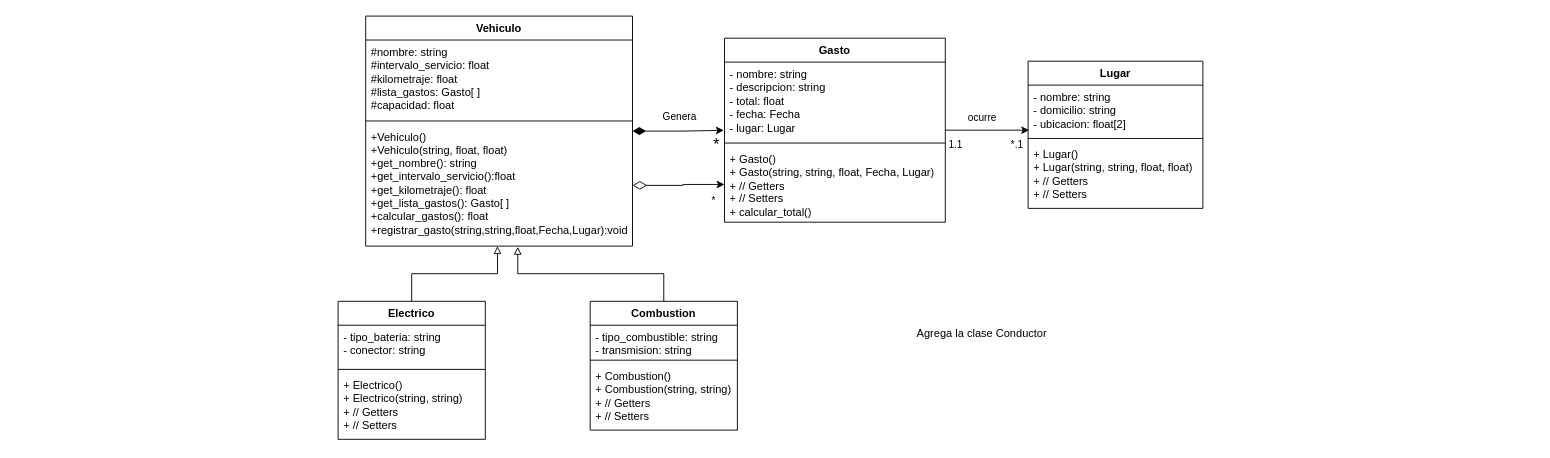
ejsanchez7/poo-2025 keeps this draw.io diagram as 05_uml/gastos_vehiculo.drawio. Above is the earlier version. Source tidied: cells renumbered, new cells numbered last; positions are measured from the earlier drawing's top-left corner, leaving out a move shared by most shapes. Both pictures are drawn from the tidied source at 92%, with x=0, y=0 at pixel (338, 16).
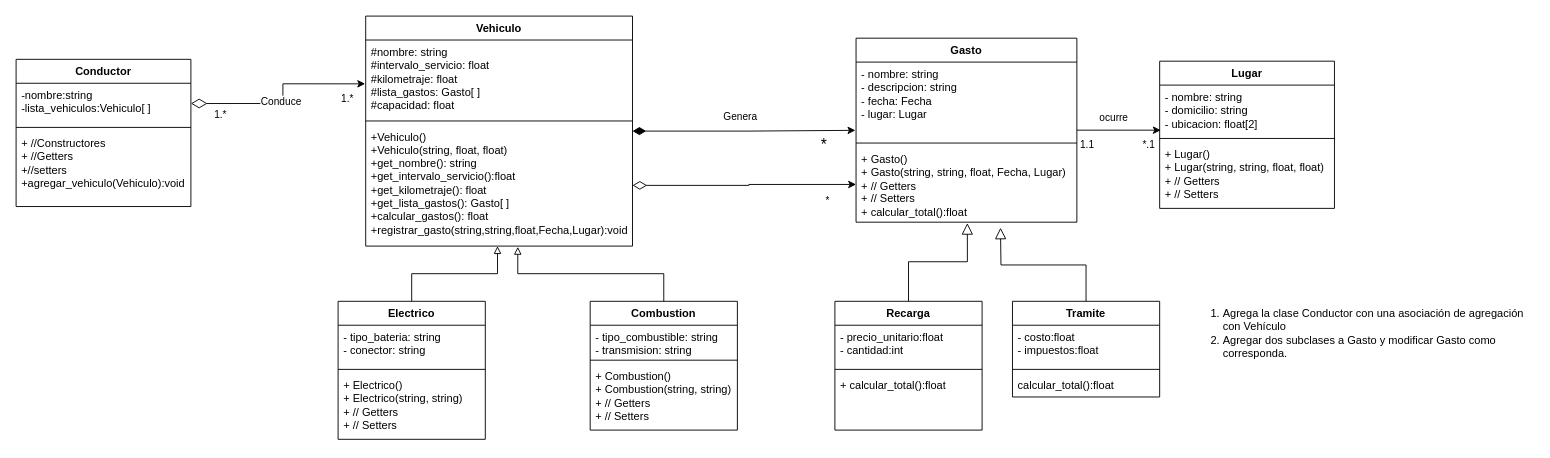
After the change.

Unchanged cells that the change refers to:
```xml
<mxCell id="3" value="#nombre: string&lt;div&gt;#intervalo_servicio: float&lt;/div&gt;&lt;div&gt;#kilometraje: float&lt;/div&gt;&lt;div&gt;#lista_gastos: Gasto[ ]&lt;/div&gt;&lt;div&gt;#capacidad: float&lt;/div&gt;" style="text;strokeColor=none;fillColor=none;align=left;verticalAlign=top;spacingLeft=4;spacingRight=4;overflow=hidden;points=[[0,0.5],[1,0.5]];portConstraint=eastwest;whiteSpace=wrap;html=1;" parent="2" vertex="1">
  <mxGeometry y="26" width="290" height="84" as="geometry" />
</mxCell>
```

The edit, as a diff of the source:
```diff
@@
     <mxCell id="6" value="Gasto" style="swimlane;fontStyle=1;align=center;verticalAlign=top;horizontal=1;startSize=26;whiteSpace=wrap;html=1;" parent="1" vertex="1">
-      <mxGeometry x="420" y="24" width="240" height="200" as="geometry" />
+      <mxGeometry x="563" y="24" width="240" height="200" as="geometry" />
     </mxCell>
-    <mxCell id="7" value="- nombre: string&lt;div&gt;- descripcion: string&lt;/div&gt;&lt;div&gt;- total: float&lt;/div&gt;&lt;div&gt;- fecha: Fecha&lt;/div&gt;&lt;div&gt;- lugar: Lugar&lt;/div&gt;" style="text;strokeColor=none;fillColor=none;align=left;verticalAlign=top;spacingLeft=4;spacingRight=4;overflow=hidden;points=[[0,0.5],[1,0.5]];portConstraint=eastwest;whiteSpace=wrap;html=1;" parent="6" vertex="1">
+    <mxCell id="7" value="- nombre: string&lt;div&gt;- descripcion: string&lt;/div&gt;&lt;div&gt;&lt;span style=&quot;background-color: transparent; color: light-dark(rgb(0, 0, 0), rgb(255, 255, 255));&quot;&gt;- fecha: Fecha&lt;/span&gt;&lt;/div&gt;&lt;div&gt;- lugar: Lugar&lt;/div&gt;" style="text;strokeColor=none;fillColor=none;align=left;verticalAlign=top;spacingLeft=4;spacingRight=4;overflow=hidden;points=[[0,0.5],[1,0.5]];portConstraint=eastwest;whiteSpace=wrap;html=1;" parent="6" vertex="1">
       <mxGeometry y="26" width="240" height="84" as="geometry" />
     </mxCell>
@@
-    <mxCell id="9" value="+ Gasto()&lt;div&gt;+ Gasto(string, string, float, Fecha, Lugar)&lt;/div&gt;&lt;div&gt;+ // Getters&lt;/div&gt;&lt;div&gt;+ // Setters&lt;/div&gt;&lt;div&gt;+ calcular_total()&lt;/div&gt;&lt;div&gt;&lt;br&gt;&lt;/div&gt;" style="text;strokeColor=none;fillColor=none;align=left;verticalAlign=top;spacingLeft=4;spacingRight=4;overflow=hidden;points=[[0,0.5],[1,0.5]];portConstraint=eastwest;whiteSpace=wrap;html=1;" parent="6" vertex="1">
+    <mxCell id="9" value="+ Gasto()&lt;div&gt;+ Gasto(string, string, float, Fecha, Lugar)&lt;/div&gt;&lt;div&gt;+ // Getters&lt;/div&gt;&lt;div&gt;+ // Setters&lt;/div&gt;&lt;div&gt;+ calcular_total():float&lt;/div&gt;&lt;div&gt;&lt;br&gt;&lt;/div&gt;" style="text;strokeColor=none;fillColor=none;align=left;verticalAlign=top;spacingLeft=4;spacingRight=4;overflow=hidden;points=[[0,0.5],[1,0.5]];portConstraint=eastwest;whiteSpace=wrap;html=1;" parent="6" vertex="1">
       <mxGeometry y="118" width="240" height="82" as="geometry" />
     </mxCell>
@@
     <mxCell id="13" value="Lugar" style="swimlane;fontStyle=1;align=center;verticalAlign=top;horizontal=1;startSize=26;whiteSpace=wrap;html=1;" parent="1" vertex="1">
-      <mxGeometry x="750" y="49" width="190" height="160" as="geometry" />
+      <mxGeometry x="893" y="49" width="190" height="160" as="geometry" />
     </mxCell>
@@
-    <mxCell id="33" value="Agrega la clase Conductor" style="text;html=1;whiteSpace=wrap;strokeColor=none;fillColor=none;align=center;verticalAlign=middle;rounded=0;" parent="1" vertex="1">
-      <mxGeometry x="580" y="270" width="240" height="150" as="geometry" />
+    <mxCell id="33" value="&lt;ol&gt;&lt;li&gt;Agrega la clase Conductor con una asociación de agregación con Vehículo&lt;/li&gt;&lt;li&gt;Agregar dos subclases a Gasto y modificar Gasto como corresponda.&lt;/li&gt;&lt;/ol&gt;" style="text;html=1;whiteSpace=wrap;strokeColor=none;fillColor=none;align=left;verticalAlign=middle;rounded=0;" parent="1" vertex="1">
+      <mxGeometry x="920" y="270" width="380" height="150" as="geometry" />
     </mxCell>
+    <mxCell id="34" style="edgeStyle=orthogonalEdgeStyle;rounded=0;jettySize=auto;html=1;entryX=-0.002;entryY=0.567;entryDx=0;entryDy=0;entryPerimeter=0;startArrow=diamondThin;startFill=0;startSize=15;exitX=1;exitY=0.5;exitDx=0;exitDy=0;" parent="1" edge="1" source="39" target="3">
+      <mxGeometry relative="1" as="geometry" />
+    </mxCell>
+    <mxCell id="35" value="Conduce" style="edgeLabel;html=1;align=center;verticalAlign=middle;" parent="34" vertex="1">
+      <mxGeometry x="-0.08" y="3" relative="1" as="geometry" />
+    </mxCell>
+    <mxCell id="36" value="1.*" style="edgeLabel;html=1;align=center;verticalAlign=middle;" parent="34" vertex="1">
+      <mxGeometry x="0.81" y="-1" relative="1" as="geometry">
+        <mxPoint y="15" as="offset" />
+      </mxGeometry>
+    </mxCell>
+    <mxCell id="37" value="1.*" style="edgeLabel;html=1;align=center;verticalAlign=middle;" parent="34" vertex="1">
+      <mxGeometry x="-0.71" y="2" relative="1" as="geometry">
+        <mxPoint y="13" as="offset" />
+      </mxGeometry>
+    </mxCell>
+    <mxCell id="38" value="Conductor" style="swimlane;fontStyle=1;align=center;verticalAlign=top;horizontal=1;startSize=26;whiteSpace=wrap;html=1;" parent="1" vertex="1">
+      <mxGeometry x="-350" y="47" width="190" height="160" as="geometry" />
+    </mxCell>
+    <mxCell id="39" value="-nombre:string&lt;div&gt;-lista_vehiculos:Vehiculo[ ]&lt;/div&gt;" style="text;strokeColor=none;fillColor=none;align=left;verticalAlign=top;spacingLeft=4;spacingRight=4;overflow=hidden;points=[[0,0.5],[1,0.5]];portConstraint=eastwest;whiteSpace=wrap;html=1;" parent="38" vertex="1">
+      <mxGeometry y="26" width="190" height="44" as="geometry" />
+    </mxCell>
+    <mxCell id="40" style="line;strokeWidth=1;fillColor=none;align=left;verticalAlign=middle;spacingTop=-1;spacingLeft=3;spacingRight=3;labelPosition=right;strokeColor=inherit;" parent="38" vertex="1">
+      <mxGeometry y="70" width="190" height="8" as="geometry" />
+    </mxCell>
+    <mxCell id="41" value="+ //Constructores&lt;div&gt;+ //Getters&lt;/div&gt;&lt;div&gt;+//setters&lt;/div&gt;&lt;div&gt;+agregar_vehiculo(Vehiculo):void&lt;/div&gt;" style="text;strokeColor=none;fillColor=none;align=left;verticalAlign=top;spacingLeft=4;spacingRight=4;overflow=hidden;whiteSpace=wrap;html=1;" parent="38" vertex="1">
+      <mxGeometry y="78" width="190" height="82" as="geometry" />
+    </mxCell>
+    <mxCell id="42" value="Recarga" style="swimlane;fontStyle=1;align=center;verticalAlign=top;horizontal=1;startSize=26;whiteSpace=wrap;html=1;" parent="1" vertex="1">
+      <mxGeometry x="540" y="310" width="160" height="140" as="geometry" />
+    </mxCell>
+    <mxCell id="43" value="- precio_unitario:float&lt;div&gt;- cantidad:int&lt;/div&gt;" style="text;strokeColor=none;fillColor=none;align=left;verticalAlign=top;spacingLeft=4;spacingRight=4;overflow=hidden;whiteSpace=wrap;html=1;" parent="42" vertex="1">
+      <mxGeometry y="26" width="160" height="44" as="geometry" />
+    </mxCell>
+    <mxCell id="44" style="line;strokeWidth=1;fillColor=none;align=left;verticalAlign=middle;spacingTop=-1;spacingLeft=3;spacingRight=3;labelPosition=right;strokeColor=inherit;" parent="42" vertex="1">
+      <mxGeometry y="70" width="160" height="8" as="geometry" />
+    </mxCell>
+    <mxCell id="45" value="+ calcular_total():float" style="text;strokeColor=none;fillColor=none;align=left;verticalAlign=top;spacingLeft=4;spacingRight=4;overflow=hidden;whiteSpace=wrap;html=1;" parent="42" vertex="1">
+      <mxGeometry y="78" width="160" height="62" as="geometry" />
+    </mxCell>
+    <mxCell id="46" style="edgeStyle=orthogonalEdgeStyle;rounded=0;jettySize=auto;html=1;exitX=0.5;exitY=0;exitDx=0;exitDy=0;endArrow=block;endFill=0;startSize=9;endSize=10;targetPerimeterSpacing=2;" parent="1" edge="1" source="47">
+      <mxGeometry relative="1" as="geometry">
+        <mxPoint x="720" y="230" as="targetPoint" />
+      </mxGeometry>
+    </mxCell>
+    <mxCell id="47" value="Tramite" style="swimlane;fontStyle=1;align=center;verticalAlign=top;horizontal=1;startSize=26;whiteSpace=wrap;html=1;" parent="1" vertex="1">
+      <mxGeometry x="733" y="310" width="160" height="104" as="geometry" />
+    </mxCell>
+    <mxCell id="48" value="- costo:float&lt;div&gt;- impuestos:float&lt;/div&gt;" style="text;strokeColor=none;fillColor=none;align=left;verticalAlign=top;spacingLeft=4;spacingRight=4;overflow=hidden;whiteSpace=wrap;html=1;" parent="47" vertex="1">
+      <mxGeometry y="26" width="160" height="44" as="geometry" />
+    </mxCell>
+    <mxCell id="49" style="line;strokeWidth=1;fillColor=none;align=left;verticalAlign=middle;spacingTop=-1;spacingLeft=3;spacingRight=3;labelPosition=right;strokeColor=inherit;" parent="47" vertex="1">
+      <mxGeometry y="70" width="160" height="8" as="geometry" />
+    </mxCell>
+    <mxCell id="50" value="calcular_total():float" style="text;strokeColor=none;fillColor=none;align=left;verticalAlign=top;spacingLeft=4;spacingRight=4;overflow=hidden;whiteSpace=wrap;html=1;" parent="47" vertex="1">
+      <mxGeometry y="78" width="160" height="26" as="geometry" />
+    </mxCell>
+    <mxCell id="51" style="edgeStyle=orthogonalEdgeStyle;rounded=0;jettySize=auto;html=1;exitX=0.5;exitY=0;exitDx=0;exitDy=0;entryX=0.504;entryY=1.012;entryDx=0;entryDy=0;entryPerimeter=0;endArrow=block;endFill=0;endSize=10;" parent="1" edge="1" source="42" target="9">
+      <mxGeometry relative="1" as="geometry" />
+    </mxCell>
```
